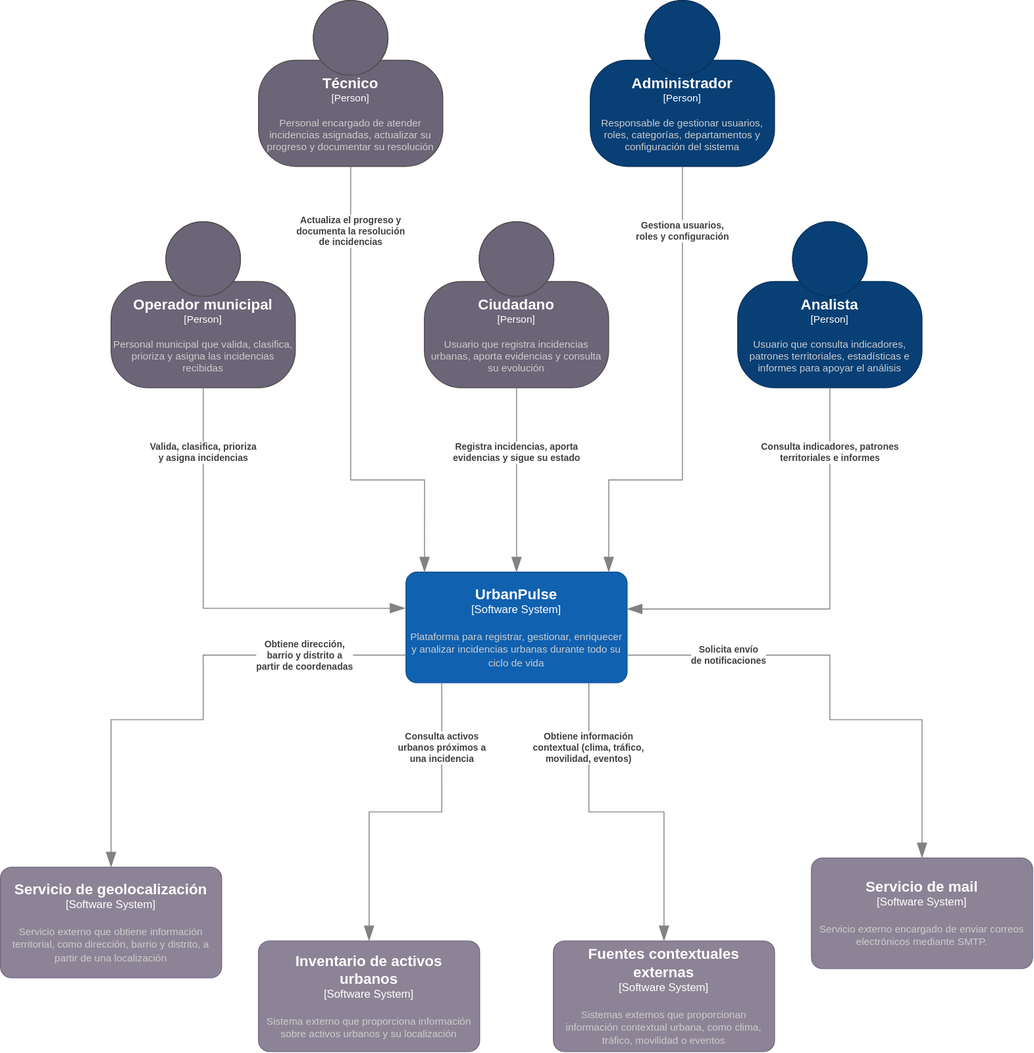
The draw.io diagram docs/diagrams/c4-context.svg in CeNtAuRoOo/urban-pulse-app, before a commit. Source tidied: cells renumbered, new cells last; positions are measured from the earlier drawing's top-left corner, leaving out a move shared by most shapes.
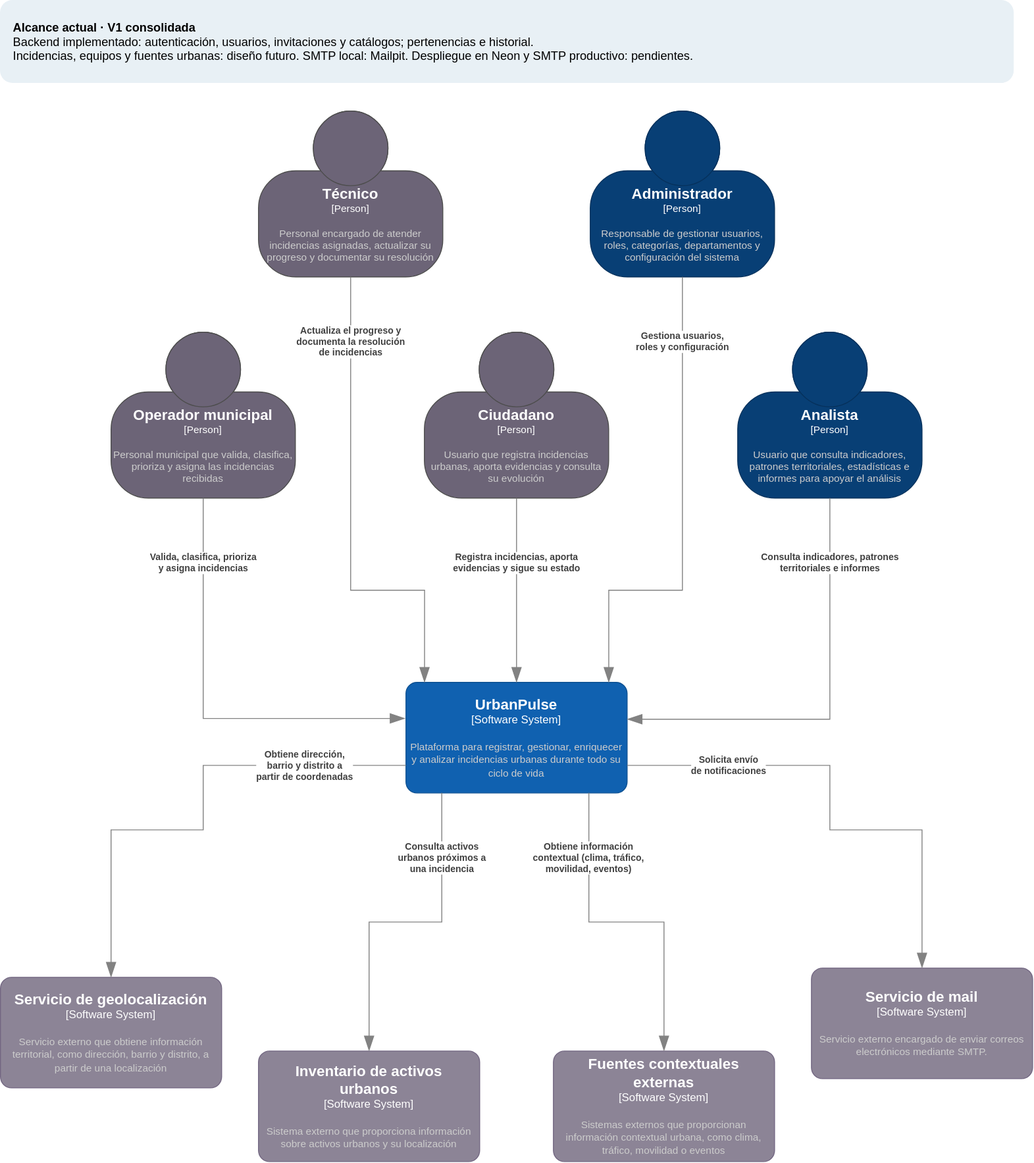
After the commit.

Diff of the diagram source:
```diff
@@ -119,5 +119,8 @@
         </mxGeometry>
       </mxCell>
     </object>
+    <mxCell id="21" value="&lt;b&gt;Alcance actual · V1 consolidada&lt;/b&gt;&lt;br&gt;Backend implementado: autenticación, usuarios, invitaciones y catálogos; pertenencias e historial.&lt;br&gt;Incidencias, equipos y fuentes urbanas: diseño futuro. SMTP local: Mailpit. Despliegue en Neon y SMTP productivo: pendientes." style="rounded=1;whiteSpace=wrap;html=1;align=left;verticalAlign=middle;spacing=14;fillColor=#e8f0f5;strokeColor=none;fontSize=13;" parent="1" vertex="1">
+      <mxGeometry y="-120" width="1100" height="90" as="geometry" />
+    </mxCell>
   </root>
 </mxGraphModel>
```
